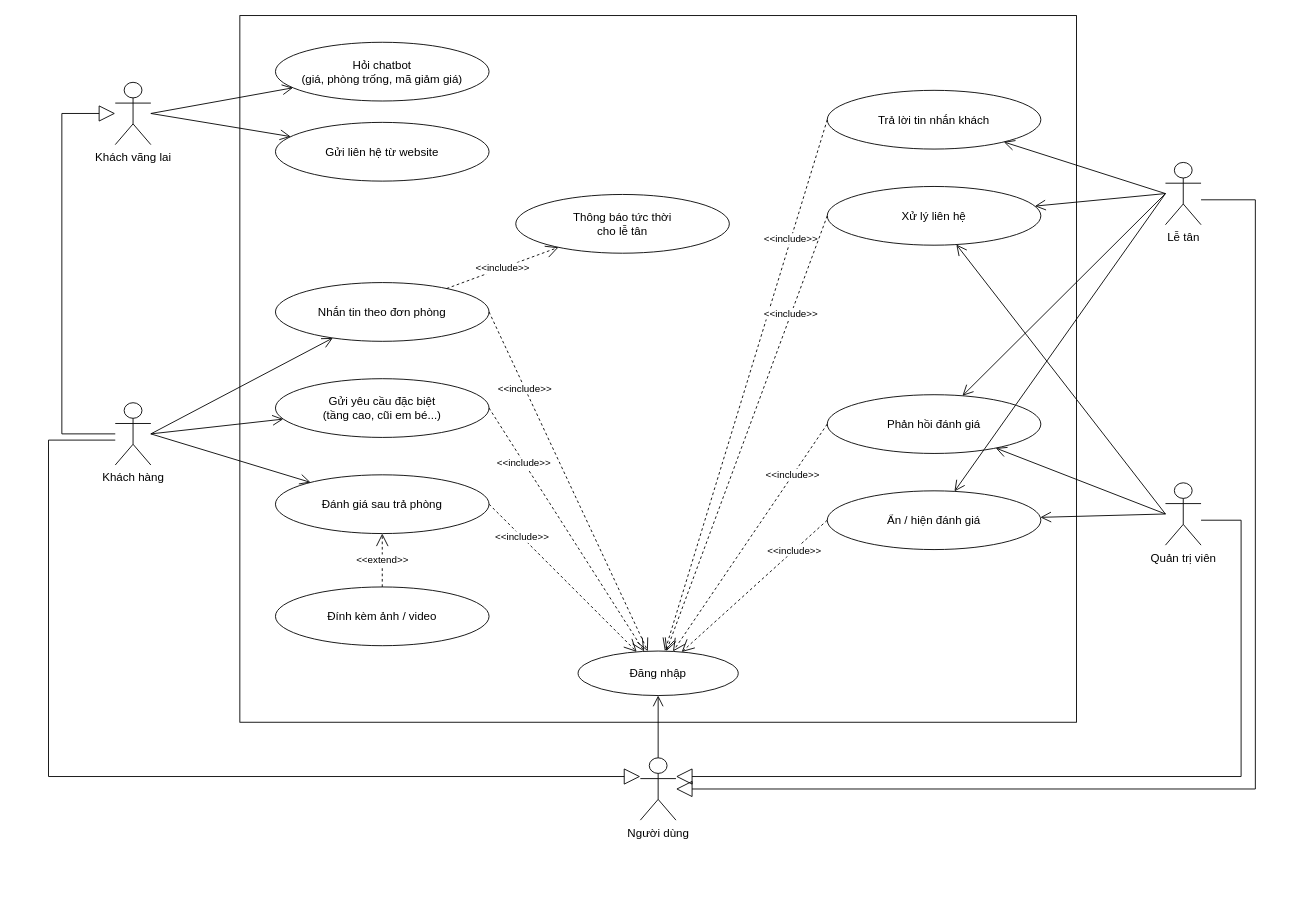
ngynquchn2511/beach-hotel keeps this draw.io diagram as docs/use-case/phan-ra/uc8-cham-soc-khach.drawio. Above is the earlier version. Source tidied: cells renumbered, new cells numbered last; positions are measured from the earlier drawing's top-left corner, leaving out a move shared by most shapes. Both pictures are drawn from the tidied source at 89%, with x=0, y=0 at pixel (48, 15).
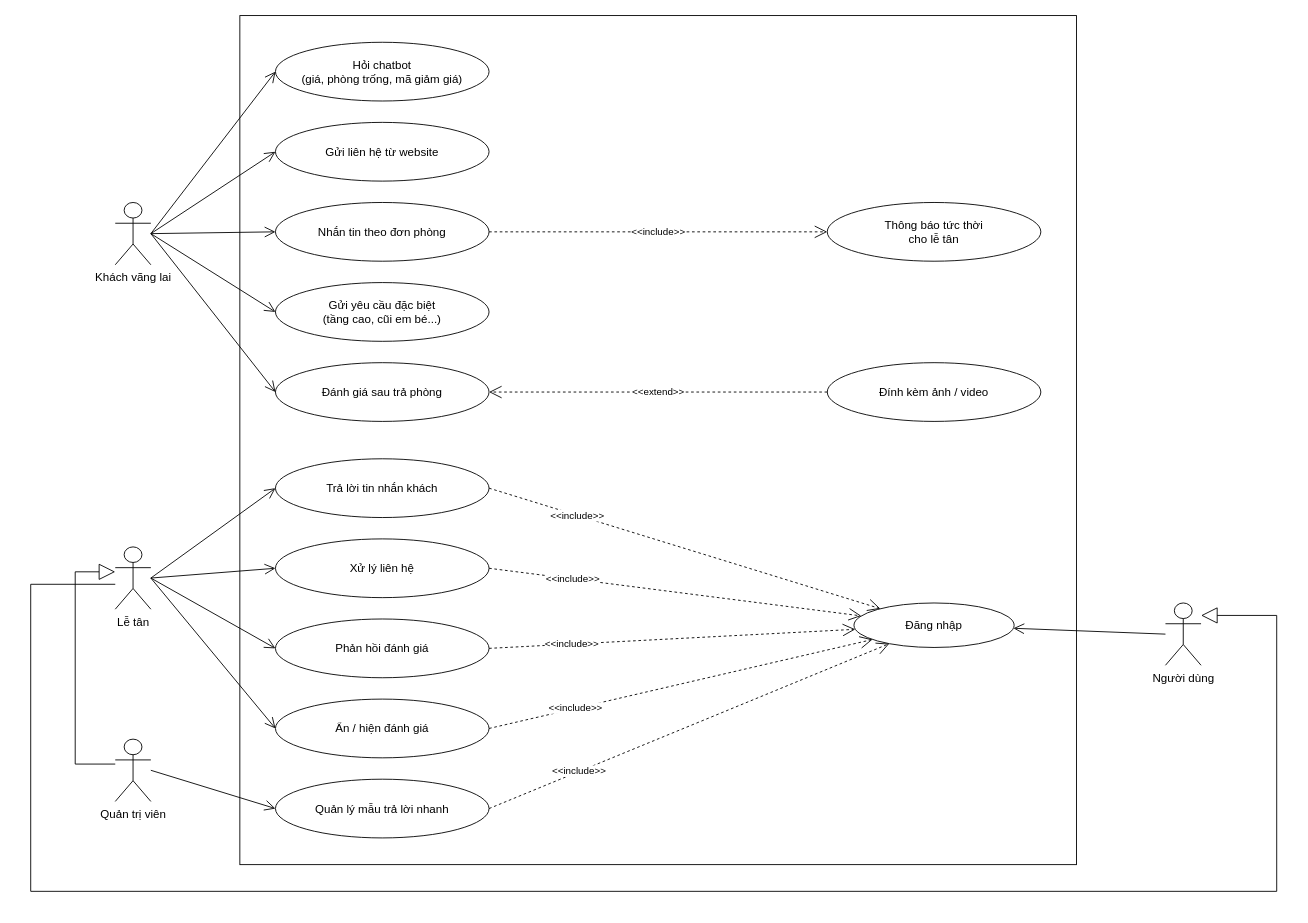
After the change.

Unchanged cells that the change refers to:
```xml
<mxCell id="3" value="Hỏi chatbot&lt;br&gt;(giá, phòng trống, mã giảm giá)" style="ellipse;whiteSpace=wrap;html=1;fillColor=#FFFFFF;strokeColor=#000000;fontSize=13;" parent="1" vertex="1">
  <mxGeometry x="255" y="30" width="240" height="66" as="geometry" />
</mxCell>
<mxCell id="4" value="Gửi liên hệ từ website" style="ellipse;whiteSpace=wrap;html=1;fillColor=#FFFFFF;strokeColor=#000000;fontSize=13;" parent="1" vertex="1">
  <mxGeometry x="255" y="120" width="240" height="66" as="geometry" />
</mxCell>
```

The edit, as a diff of the source:
```diff
@@
     <mxCell id="2" style="rounded=0;whiteSpace=wrap;html=1;fillColor=none;strokeColor=#000000;" parent="1" vertex="1">
-      <mxGeometry x="215" width="940" height="794" as="geometry" />
+      <mxGeometry x="215" width="940" height="954" as="geometry" />
     </mxCell>
@@
     <mxCell id="5" value="Nhắn tin theo đơn phòng" style="ellipse;whiteSpace=wrap;html=1;fillColor=#FFFFFF;strokeColor=#000000;fontSize=13;" parent="1" vertex="1">
-      <mxGeometry x="255" y="300" width="240" height="66" as="geometry" />
+      <mxGeometry x="255" y="210" width="240" height="66" as="geometry" />
     </mxCell>
     <mxCell id="6" value="Gửi yêu cầu đặc biệt&lt;br&gt;(tầng cao, cũi em bé...)" style="ellipse;whiteSpace=wrap;html=1;fillColor=#FFFFFF;strokeColor=#000000;fontSize=13;" parent="1" vertex="1">
-      <mxGeometry x="255" y="408" width="240" height="66" as="geometry" />
+      <mxGeometry x="255" y="300" width="240" height="66" as="geometry" />
     </mxCell>
     <mxCell id="7" value="Đánh giá sau trả phòng" style="ellipse;whiteSpace=wrap;html=1;fillColor=#FFFFFF;strokeColor=#000000;fontSize=13;" parent="1" vertex="1">
-      <mxGeometry x="255" y="516" width="240" height="66" as="geometry" />
+      <mxGeometry x="255" y="390" width="240" height="66" as="geometry" />
     </mxCell>
-    <mxCell id="8" value="Đính kèm ảnh / video" style="ellipse;whiteSpace=wrap;html=1;fillColor=#FFFFFF;strokeColor=#000000;fontSize=13;" parent="1" vertex="1">
-      <mxGeometry x="255" y="642" width="240" height="66" as="geometry" />
-    </mxCell>
-    <mxCell id="9" value="Thông báo tức thời&lt;br&gt;cho lễ tân" style="ellipse;whiteSpace=wrap;html=1;fillColor=#FFFFFF;strokeColor=#000000;fontSize=13;" parent="1" vertex="1">
-      <mxGeometry x="525" y="201" width="240" height="66" as="geometry" />
-    </mxCell>
     <mxCell id="10" value="Trả lời tin nhắn khách" style="ellipse;whiteSpace=wrap;html=1;fillColor=#FFFFFF;strokeColor=#000000;fontSize=13;" parent="1" vertex="1">
-      <mxGeometry x="875" y="84" width="240" height="66" as="geometry" />
+      <mxGeometry x="255" y="498" width="240" height="66" as="geometry" />
     </mxCell>
     <mxCell id="11" value="Xử lý liên hệ" style="ellipse;whiteSpace=wrap;html=1;fillColor=#FFFFFF;strokeColor=#000000;fontSize=13;" parent="1" vertex="1">
-      <mxGeometry x="875" y="192" width="240" height="66" as="geometry" />
+      <mxGeometry x="255" y="588" width="240" height="66" as="geometry" />
     </mxCell>
     <mxCell id="12" value="Phản hồi đánh giá" style="ellipse;whiteSpace=wrap;html=1;fillColor=#FFFFFF;strokeColor=#000000;fontSize=13;" parent="1" vertex="1">
-      <mxGeometry x="875" y="426" width="240" height="66" as="geometry" />
+      <mxGeometry x="255" y="678" width="240" height="66" as="geometry" />
     </mxCell>
     <mxCell id="13" value="Ẩn / hiện đánh giá" style="ellipse;whiteSpace=wrap;html=1;fillColor=#FFFFFF;strokeColor=#000000;fontSize=13;" parent="1" vertex="1">
-      <mxGeometry x="875" y="534" width="240" height="66" as="geometry" />
+      <mxGeometry x="255" y="768" width="240" height="66" as="geometry" />
     </mxCell>
+    <mxCell id="46" value="Quản lý mẫu trả lời nhanh" style="ellipse;whiteSpace=wrap;html=1;fillColor=#FFFFFF;strokeColor=#000000;fontSize=13;" parent="1" vertex="1">
+      <mxGeometry x="255" y="858" width="240" height="66" as="geometry" />
+    </mxCell>
+    <mxCell id="9" value="Thông báo tức thời&lt;br&gt;cho lễ tân" style="ellipse;whiteSpace=wrap;html=1;fillColor=#FFFFFF;strokeColor=#000000;fontSize=13;" parent="1" vertex="1">
+      <mxGeometry x="875" y="210" width="240" height="66" as="geometry" />
+    </mxCell>
+    <mxCell id="8" value="Đính kèm ảnh / video" style="ellipse;whiteSpace=wrap;html=1;fillColor=#FFFFFF;strokeColor=#000000;fontSize=13;" parent="1" vertex="1">
+      <mxGeometry x="875" y="390" width="240" height="66" as="geometry" />
+    </mxCell>
     <mxCell id="14" value="Đăng nhập" style="ellipse;whiteSpace=wrap;html=1;fillColor=#FFFFFF;strokeColor=#000000;fontSize=13;" parent="1" vertex="1">
-      <mxGeometry x="595" y="714" width="180" height="50" as="geometry" />
+      <mxGeometry x="905" y="660" width="180" height="50" as="geometry" />
     </mxCell>
     <mxCell id="15" value="Khách vãng lai" style="shape=umlActor;verticalLabelPosition=bottom;verticalAlign=top;html=1;outlineConnect=0;fillColor=#FFFFFF;strokeColor=#000000;fontSize=13;" parent="1" vertex="1">
-      <mxGeometry x="75" y="75" width="40" height="70" as="geometry" />
+      <mxGeometry x="75" y="210" width="40" height="70" as="geometry" />
     </mxCell>
-    <mxCell id="16" value="Khách hàng" style="shape=umlActor;verticalLabelPosition=bottom;verticalAlign=top;html=1;outlineConnect=0;fillColor=#FFFFFF;strokeColor=#000000;fontSize=13;" parent="1" vertex="1">
-      <mxGeometry x="75" y="435" width="40" height="70" as="geometry" />
-    </mxCell>
     <mxCell id="17" value="Lễ tân" style="shape=umlActor;verticalLabelPosition=bottom;verticalAlign=top;html=1;outlineConnect=0;fillColor=#FFFFFF;strokeColor=#000000;fontSize=13;" parent="1" vertex="1">
-      <mxGeometry x="1255" y="165" width="40" height="70" as="geometry" />
+      <mxGeometry x="75" y="597" width="40" height="70" as="geometry" />
     </mxCell>
     <mxCell id="18" value="Quản trị viên" style="shape=umlActor;verticalLabelPosition=bottom;verticalAlign=top;html=1;outlineConnect=0;fillColor=#FFFFFF;strokeColor=#000000;fontSize=13;" parent="1" vertex="1">
-      <mxGeometry x="1255" y="525" width="40" height="70" as="geometry" />
+      <mxGeometry x="75" y="813" width="40" height="70" as="geometry" />
     </mxCell>
-    <mxCell id="19" style="endArrow=open;endSize=10;html=1;rounded=0;strokeColor=#000000;exitX=1;exitY=0.5;exitDx=0;exitDy=0;exitPerimeter=0;" parent="1" edge="1" source="15" target="3">
+    <mxCell id="19" style="endArrow=open;endSize=10;html=1;rounded=0;strokeColor=#000000;exitX=1;exitY=0.5;exitDx=0;exitDy=0;exitPerimeter=0;entryX=0;entryY=0.5;entryDx=0;entryDy=0;" parent="1" edge="1" source="15" target="3">
       <mxGeometry relative="1" as="geometry" />
     </mxCell>
-    <mxCell id="20" style="endArrow=open;endSize=10;html=1;rounded=0;strokeColor=#000000;exitX=1;exitY=0.5;exitDx=0;exitDy=0;exitPerimeter=0;" parent="1" edge="1" source="15" target="4">
+    <mxCell id="20" style="endArrow=open;endSize=10;html=1;rounded=0;strokeColor=#000000;exitX=1;exitY=0.5;exitDx=0;exitDy=0;exitPerimeter=0;entryX=0;entryY=0.5;entryDx=0;entryDy=0;" parent="1" edge="1" source="15" target="4">
       <mxGeometry relative="1" as="geometry" />
     </mxCell>
-    <mxCell id="21" style="endArrow=open;endSize=10;html=1;rounded=0;strokeColor=#000000;exitX=1;exitY=0.5;exitDx=0;exitDy=0;exitPerimeter=0;" parent="1" edge="1" source="16" target="5">
+    <mxCell id="21" style="endArrow=open;endSize=10;html=1;rounded=0;strokeColor=#000000;exitX=1;exitY=0.5;exitDx=0;exitDy=0;exitPerimeter=0;entryX=0;entryY=0.5;entryDx=0;entryDy=0;" parent="1" edge="1" source="15" target="5">
       <mxGeometry relative="1" as="geometry" />
     </mxCell>
-    <mxCell id="22" style="endArrow=open;endSize=10;html=1;rounded=0;strokeColor=#000000;exitX=1;exitY=0.5;exitDx=0;exitDy=0;exitPerimeter=0;" parent="1" edge="1" source="16" target="6">
+    <mxCell id="22" style="endArrow=open;endSize=10;html=1;rounded=0;strokeColor=#000000;exitX=1;exitY=0.5;exitDx=0;exitDy=0;exitPerimeter=0;entryX=0;entryY=0.5;entryDx=0;entryDy=0;" parent="1" edge="1" source="15" target="6">
       <mxGeometry relative="1" as="geometry" />
     </mxCell>
-    <mxCell id="23" style="endArrow=open;endSize=10;html=1;rounded=0;strokeColor=#000000;exitX=1;exitY=0.5;exitDx=0;exitDy=0;exitPerimeter=0;" parent="1" edge="1" source="16" target="7">
+    <mxCell id="23" style="endArrow=open;endSize=10;html=1;rounded=0;strokeColor=#000000;exitX=1;exitY=0.5;exitDx=0;exitDy=0;exitPerimeter=0;entryX=0;entryY=0.5;entryDx=0;entryDy=0;" parent="1" edge="1" source="15" target="7">
       <mxGeometry relative="1" as="geometry" />
     </mxCell>
-    <mxCell id="24" style="endArrow=open;endSize=10;html=1;rounded=0;strokeColor=#000000;exitX=0;exitY=0.5;exitDx=0;exitDy=0;exitPerimeter=0;" parent="1" edge="1" source="17" target="10">
+    <mxCell id="24" style="endArrow=open;endSize=10;html=1;rounded=0;strokeColor=#000000;exitX=1;exitY=0.5;exitDx=0;exitDy=0;exitPerimeter=0;entryX=0;entryY=0.5;entryDx=0;entryDy=0;" parent="1" edge="1" source="17" target="10">
       <mxGeometry relative="1" as="geometry" />
     </mxCell>
-    <mxCell id="25" style="endArrow=open;endSize=10;html=1;rounded=0;strokeColor=#000000;exitX=0;exitY=0.5;exitDx=0;exitDy=0;exitPerimeter=0;" parent="1" edge="1" source="17" target="11">
+    <mxCell id="25" style="endArrow=open;endSize=10;html=1;rounded=0;strokeColor=#000000;exitX=1;exitY=0.5;exitDx=0;exitDy=0;exitPerimeter=0;entryX=0;entryY=0.5;entryDx=0;entryDy=0;" parent="1" edge="1" source="17" target="11">
       <mxGeometry relative="1" as="geometry" />
     </mxCell>
-    <mxCell id="26" style="endArrow=open;endSize=10;html=1;rounded=0;strokeColor=#000000;exitX=0;exitY=0.5;exitDx=0;exitDy=0;exitPerimeter=0;" parent="1" edge="1" source="17" target="12">
+    <mxCell id="26" style="endArrow=open;endSize=10;html=1;rounded=0;strokeColor=#000000;exitX=1;exitY=0.5;exitDx=0;exitDy=0;exitPerimeter=0;entryX=0;entryY=0.5;entryDx=0;entryDy=0;" parent="1" edge="1" source="17" target="12">
       <mxGeometry relative="1" as="geometry" />
     </mxCell>
-    <mxCell id="27" style="endArrow=open;endSize=10;html=1;rounded=0;strokeColor=#000000;exitX=0;exitY=0.5;exitDx=0;exitDy=0;exitPerimeter=0;" parent="1" edge="1" source="17" target="13">
+    <mxCell id="27" style="endArrow=open;endSize=10;html=1;rounded=0;strokeColor=#000000;exitX=1;exitY=0.5;exitDx=0;exitDy=0;exitPerimeter=0;entryX=0;entryY=0.5;entryDx=0;entryDy=0;" parent="1" edge="1" source="17" target="13">
       <mxGeometry relative="1" as="geometry" />
     </mxCell>
-    <mxCell id="28" style="endArrow=open;endSize=10;html=1;rounded=0;strokeColor=#000000;exitX=0;exitY=0.5;exitDx=0;exitDy=0;exitPerimeter=0;" parent="1" edge="1" source="18" target="12">
+    <mxCell id="28" style="endArrow=open;endSize=10;html=1;rounded=0;strokeColor=#000000;exitX=1;exitY=0.5;exitDx=0;exitDy=0;exitPerimeter=0;entryX=0;entryY=0.5;entryDx=0;entryDy=0;" parent="1" edge="1" source="18" target="46">
       <mxGeometry relative="1" as="geometry" />
     </mxCell>
-    <mxCell id="29" style="endArrow=open;endSize=10;html=1;rounded=0;strokeColor=#000000;exitX=0;exitY=0.5;exitDx=0;exitDy=0;exitPerimeter=0;" parent="1" edge="1" source="18" target="13">
+    <mxCell id="29" value="&amp;lt;&amp;lt;extend&amp;gt;&amp;gt;" style="endArrow=open;endSize=12;dashed=1;html=1;rounded=0;strokeColor=#000000;fontSize=11;labelBackgroundColor=#FFFFFF;" parent="1" edge="1" source="8" target="7">
       <mxGeometry relative="1" as="geometry" />
     </mxCell>
-    <mxCell id="30" style="endArrow=open;endSize=10;html=1;rounded=0;strokeColor=#000000;exitX=0;exitY=0.5;exitDx=0;exitDy=0;exitPerimeter=0;" parent="1" edge="1" source="18" target="11">
+    <mxCell id="30" value="&amp;lt;&amp;lt;include&amp;gt;&amp;gt;" style="endArrow=open;endSize=12;dashed=1;html=1;rounded=0;strokeColor=#000000;fontSize=11;labelBackgroundColor=#FFFFFF;" parent="1" edge="1" source="5" target="9">
       <mxGeometry relative="1" as="geometry" />
     </mxCell>
-    <mxCell id="31" value="&amp;lt;&amp;lt;extend&amp;gt;&amp;gt;" style="endArrow=open;endSize=12;dashed=1;html=1;rounded=0;strokeColor=#000000;fontSize=11;labelBackgroundColor=#FFFFFF;" parent="1" edge="1" source="8" target="7">
-      <mxGeometry relative="1" as="geometry" />
+    <mxCell id="31" value="&amp;lt;&amp;lt;include&amp;gt;&amp;gt;" style="endArrow=open;endSize=12;dashed=1;html=1;rounded=0;strokeColor=#000000;fontSize=11;labelBackgroundColor=#FFFFFF;exitX=1;exitY=0.5;exitDx=0;exitDy=0;" parent="1" edge="1" source="10" target="14">
+      <mxGeometry x="-0.55" relative="1" as="geometry" />
     </mxCell>
-    <mxCell id="32" value="&amp;lt;&amp;lt;include&amp;gt;&amp;gt;" style="endArrow=open;endSize=12;dashed=1;html=1;rounded=0;strokeColor=#000000;fontSize=11;labelBackgroundColor=#FFFFFF;" parent="1" edge="1" source="5" target="9">
-      <mxGeometry relative="1" as="geometry" />
+    <mxCell id="32" value="&amp;lt;&amp;lt;include&amp;gt;&amp;gt;" style="endArrow=open;endSize=12;dashed=1;html=1;rounded=0;strokeColor=#000000;fontSize=11;labelBackgroundColor=#FFFFFF;exitX=1;exitY=0.5;exitDx=0;exitDy=0;" parent="1" edge="1" source="11" target="14">
+      <mxGeometry x="-0.55" relative="1" as="geometry" />
     </mxCell>
-    <mxCell id="33" value="&amp;lt;&amp;lt;include&amp;gt;&amp;gt;" style="endArrow=open;endSize=12;dashed=1;html=1;rounded=0;strokeColor=#000000;fontSize=11;labelBackgroundColor=#FFFFFF;exitX=1;exitY=0.5;exitDx=0;exitDy=0;" parent="1" edge="1" source="5" target="14">
+    <mxCell id="33" value="&amp;lt;&amp;lt;include&amp;gt;&amp;gt;" style="endArrow=open;endSize=12;dashed=1;html=1;rounded=0;strokeColor=#000000;fontSize=11;labelBackgroundColor=#FFFFFF;exitX=1;exitY=0.5;exitDx=0;exitDy=0;" parent="1" edge="1" source="12" target="14">
       <mxGeometry x="-0.55" relative="1" as="geometry" />
     </mxCell>
-    <mxCell id="34" value="&amp;lt;&amp;lt;include&amp;gt;&amp;gt;" style="endArrow=open;endSize=12;dashed=1;html=1;rounded=0;strokeColor=#000000;fontSize=11;labelBackgroundColor=#FFFFFF;exitX=1;exitY=0.5;exitDx=0;exitDy=0;" parent="1" edge="1" source="6" target="14">
+    <mxCell id="34" value="&amp;lt;&amp;lt;include&amp;gt;&amp;gt;" style="endArrow=open;endSize=12;dashed=1;html=1;rounded=0;strokeColor=#000000;fontSize=11;labelBackgroundColor=#FFFFFF;exitX=1;exitY=0.5;exitDx=0;exitDy=0;" parent="1" edge="1" source="13" target="14">
       <mxGeometry x="-0.55" relative="1" as="geometry" />
     </mxCell>
-    <mxCell id="35" value="&amp;lt;&amp;lt;include&amp;gt;&amp;gt;" style="endArrow=open;endSize=12;dashed=1;html=1;rounded=0;strokeColor=#000000;fontSize=11;labelBackgroundColor=#FFFFFF;exitX=1;exitY=0.5;exitDx=0;exitDy=0;" parent="1" edge="1" source="7" target="14">
+    <mxCell id="35" value="&amp;lt;&amp;lt;include&amp;gt;&amp;gt;" style="endArrow=open;endSize=12;dashed=1;html=1;rounded=0;strokeColor=#000000;fontSize=11;labelBackgroundColor=#FFFFFF;exitX=1;exitY=0.5;exitDx=0;exitDy=0;" parent="1" edge="1" source="46" target="14">
       <mxGeometry x="-0.55" relative="1" as="geometry" />
     </mxCell>
-    <mxCell id="36" value="&amp;lt;&amp;lt;include&amp;gt;&amp;gt;" style="endArrow=open;endSize=12;dashed=1;html=1;rounded=0;strokeColor=#000000;fontSize=11;labelBackgroundColor=#FFFFFF;exitX=0;exitY=0.5;exitDx=0;exitDy=0;" parent="1" edge="1" source="10" target="14">
-      <mxGeometry x="-0.55" relative="1" as="geometry" />
+    <mxCell id="36" style="endArrow=block;endSize=16;endFill=0;html=1;rounded=0;strokeColor=#000000;exitX=0;exitY=0.4;exitDx=0;exitDy=0;exitPerimeter=0;entryX=0;entryY=0.4;entryDx=0;entryDy=0;entryPerimeter=0;" parent="1" edge="1" source="18" target="17">
+      <mxGeometry relative="1" as="geometry">
+        <Array as="points">
+          <mxPoint x="30" y="841" />
+          <mxPoint x="30" y="625" />
+        </Array>
+      </mxGeometry>
     </mxCell>
+    <mxCell id="41" value="Người dùng" style="shape=umlActor;verticalLabelPosition=bottom;verticalAlign=top;html=1;outlineConnect=0;fillColor=#FFFFFF;strokeColor=#000000;fontSize=13;" parent="1" vertex="1">
+      <mxGeometry x="1255" y="660" width="40" height="70" as="geometry" />
+    </mxCell>
-    <mxCell id="37" value="&amp;lt;&amp;lt;include&amp;gt;&amp;gt;" style="endArrow=open;endSize=12;dashed=1;html=1;rounded=0;strokeColor=#000000;fontSize=11;labelBackgroundColor=#FFFFFF;exitX=0;exitY=0.5;exitDx=0;exitDy=0;" parent="1" edge="1" source="11" target="14">
-      <mxGeometry x="-0.55" relative="1" as="geometry" />
+    <mxCell id="37" style="endArrow=open;endSize=10;html=1;rounded=0;strokeColor=#000000;exitX=0;exitY=0.5;exitDx=0;exitDy=0;exitPerimeter=0;" parent="1" edge="1" source="41" target="14">
+      <mxGeometry relative="1" as="geometry" />
     </mxCell>
-    <mxCell id="38" value="&amp;lt;&amp;lt;include&amp;gt;&amp;gt;" style="endArrow=open;endSize=12;dashed=1;html=1;rounded=0;strokeColor=#000000;fontSize=11;labelBackgroundColor=#FFFFFF;exitX=0;exitY=0.5;exitDx=0;exitDy=0;" parent="1" edge="1" source="12" target="14">
-      <mxGeometry x="-0.55" relative="1" as="geometry" />
+    <mxCell id="38" style="endArrow=block;endSize=16;endFill=0;html=1;rounded=0;strokeColor=#000000;exitX=0;exitY=0.6;exitDx=0;exitDy=0;exitPerimeter=0;entryX=1;entryY=0.2;entryDx=0;entryDy=0;entryPerimeter=0;" parent="1" edge="1" source="17" target="41">
+      <mxGeometry relative="1" as="geometry">
+        <Array as="points">
+          <mxPoint x="-20" y="639" />
+          <mxPoint x="-20" y="984" />
+          <mxPoint x="1380" y="984" />
+          <mxPoint x="1380" y="674" />
+        </Array>
+      </mxGeometry>
     </mxCell>
-    <mxCell id="39" value="&amp;lt;&amp;lt;include&amp;gt;&amp;gt;" style="endArrow=open;endSize=12;dashed=1;html=1;rounded=0;strokeColor=#000000;fontSize=11;labelBackgroundColor=#FFFFFF;exitX=0;exitY=0.5;exitDx=0;exitDy=0;" parent="1" edge="1" source="13" target="14">
-      <mxGeometry x="-0.55" relative="1" as="geometry" />
-    </mxCell>
-    <mxCell id="40" style="endArrow=block;endSize=16;endFill=0;html=1;rounded=0;strokeColor=#000000;exitX=0;exitY=0.5;exitDx=0;exitDy=0;exitPerimeter=0;entryX=0;entryY=0.5;entryDx=0;entryDy=0;entryPerimeter=0;" parent="1" edge="1" source="16" target="15">
-      <mxGeometry relative="1" as="geometry">
-        <Array as="points">
-          <mxPoint x="15" y="470" />
-          <mxPoint x="15" y="110" />
-        </Array>
-      </mxGeometry>
-    </mxCell>
-    <mxCell id="41" value="Người dùng" style="shape=umlActor;verticalLabelPosition=bottom;verticalAlign=top;html=1;outlineConnect=0;fillColor=#FFFFFF;strokeColor=#000000;fontSize=13;" parent="1" vertex="1">
-      <mxGeometry x="665" y="834" width="40" height="70" as="geometry" />
-    </mxCell>
-    <mxCell id="42" style="endArrow=open;endSize=10;html=1;rounded=0;strokeColor=#000000;exitX=0.5;exitY=0;exitDx=0;exitDy=0;exitPerimeter=0;" parent="1" edge="1" source="41" target="14">
-      <mxGeometry relative="1" as="geometry" />
-    </mxCell>
-    <mxCell id="43" style="endArrow=block;endSize=16;endFill=0;html=1;rounded=0;strokeColor=#000000;exitX=0;exitY=0.6;exitDx=0;exitDy=0;exitPerimeter=0;entryX=0;entryY=0.3;entryDx=0;entryDy=0;entryPerimeter=0;" parent="1" edge="1" source="16" target="41">
-      <mxGeometry relative="1" as="geometry">
-        <Array as="points">
-          <mxPoint y="477" />
-          <mxPoint y="855" />
-        </Array>
-      </mxGeometry>
-    </mxCell>
-    <mxCell id="44" style="endArrow=block;endSize=16;endFill=0;html=1;rounded=0;strokeColor=#000000;exitX=1;exitY=0.6;exitDx=0;exitDy=0;exitPerimeter=0;entryX=1;entryY=0.3;entryDx=0;entryDy=0;entryPerimeter=0;" parent="1" edge="1" source="18" target="41">
-      <mxGeometry relative="1" as="geometry">
-        <Array as="points">
-          <mxPoint x="1340" y="567" />
-          <mxPoint x="1340" y="855" />
-        </Array>
-      </mxGeometry>
-    </mxCell>
-    <mxCell id="45" style="endArrow=block;endSize=16;endFill=0;html=1;rounded=0;strokeColor=#000000;exitX=1;exitY=0.6;exitDx=0;exitDy=0;exitPerimeter=0;entryX=1;entryY=0.5;entryDx=0;entryDy=0;entryPerimeter=0;" parent="1" edge="1" source="17" target="41">
-      <mxGeometry relative="1" as="geometry">
-        <Array as="points">
-          <mxPoint x="1356" y="207" />
-          <mxPoint x="1356" y="869" />
-        </Array>
-      </mxGeometry>
-    </mxCell>
```
